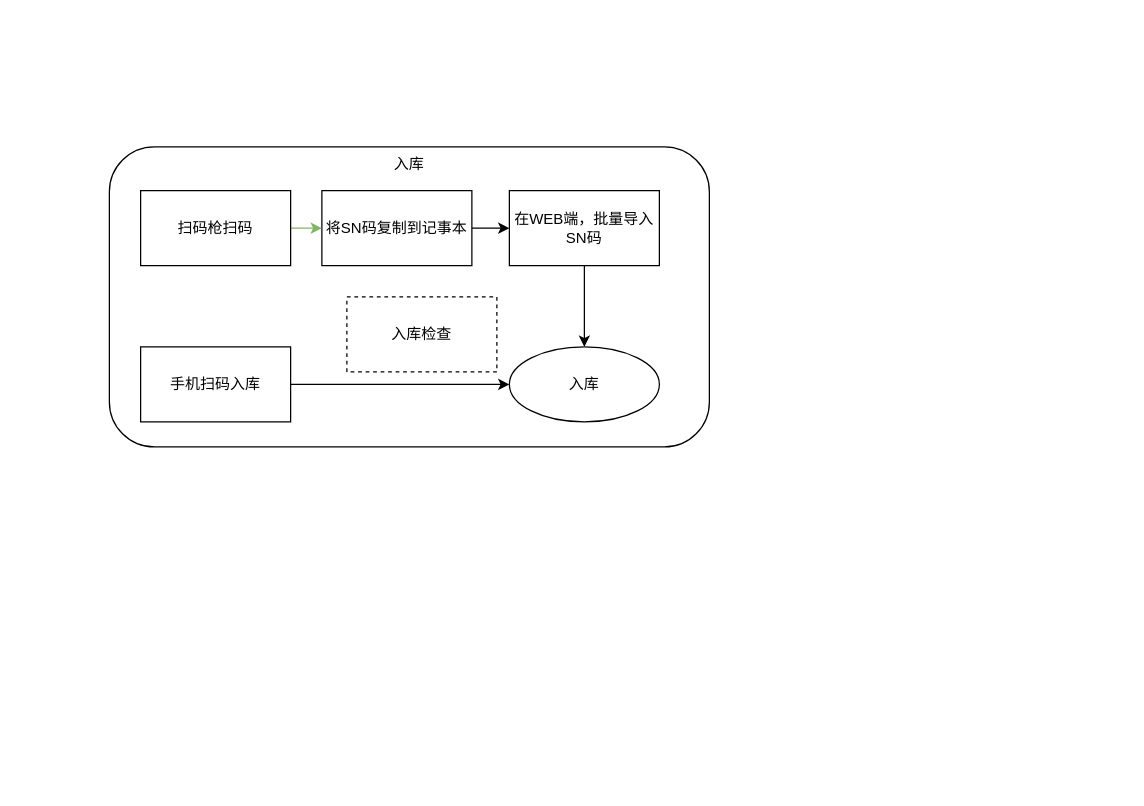
Before: b1.drawio in jiutianfeiwu/tmp, a draw.io diagram. Source tidied: cells renumbered, new cells numbered last; positions are measured from the earlier drawing's top-left corner, leaving out a move shared by most shapes. Both pictures are drawn from the tidied source at 125%, with x=0, y=0 at pixel (109, 146).
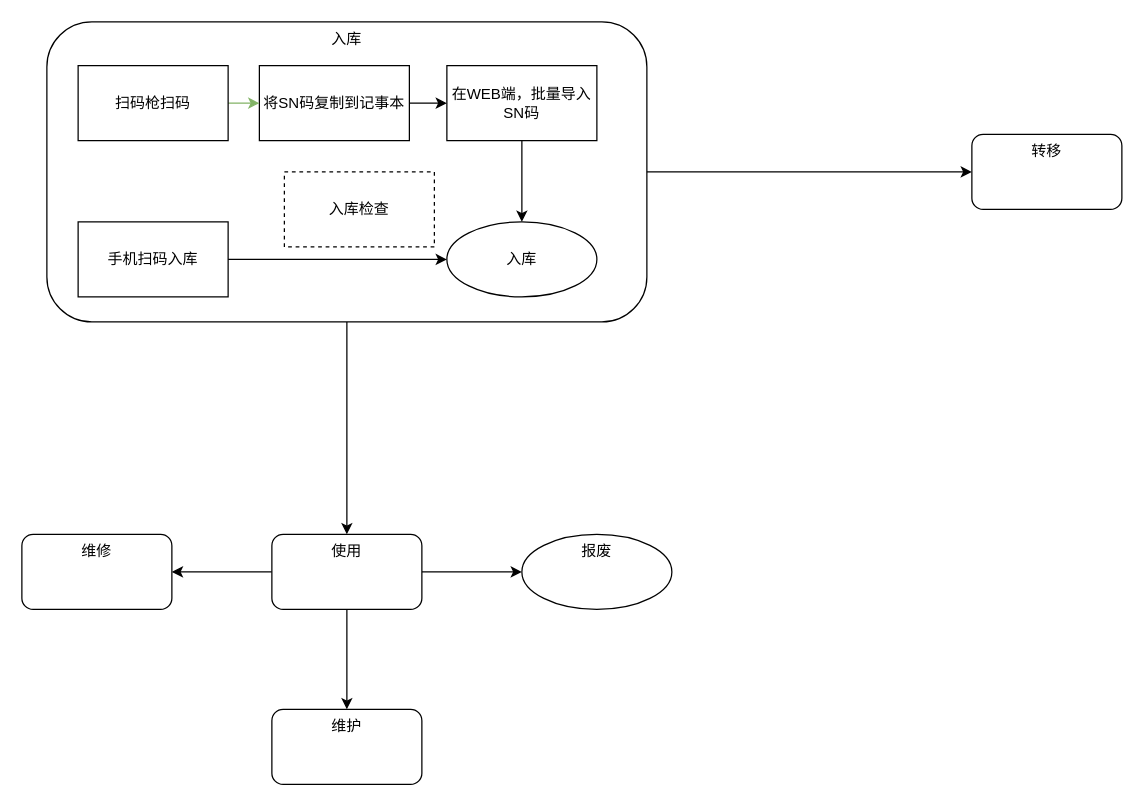
After the change.

The edit, as a diff of the source:
```diff
@@
+    <mxCell id="13" style="group;" parent="1" vertex="1">
+      <mxGeometry x="-50" y="-100" width="480" height="240" as="geometry" />
+    </mxCell>
-    <mxCell id="2" value="入库" style="rounded=1;whiteSpace=wrap;html=1;verticalAlign=top;" parent="1" vertex="1">
+    <mxCell id="2" value="入库" style="rounded=1;whiteSpace=wrap;html=1;verticalAlign=top;" parent="13" vertex="1">
       <mxGeometry width="480" height="240" as="geometry" />
     </mxCell>
-    <mxCell id="3" style="edgeStyle=orthogonalEdgeStyle;rounded=0;jettySize=auto;html=1;" parent="1" edge="1" source="4" target="8">
-      <mxGeometry relative="1" as="geometry" />
-    </mxCell>
-    <mxCell id="4" value="将SN码复制到记事本" style="whiteSpace=wrap;html=1;rounded=0;" parent="1" vertex="1">
+    <mxCell id="4" value="将SN码复制到记事本" style="whiteSpace=wrap;html=1;rounded=0;" parent="13" vertex="1">
       <mxGeometry x="170" y="35" width="120" height="60" as="geometry" />
     </mxCell>
-    <mxCell id="5" style="edgeStyle=orthogonalEdgeStyle;rounded=0;jettySize=auto;html=1;fillColor=#d5e8d4;strokeColor=#82b366;" parent="1" edge="1" source="6" target="4">
+    <mxCell id="5" style="edgeStyle=orthogonalEdgeStyle;rounded=0;jettySize=auto;html=1;fillColor=#d5e8d4;strokeColor=#82b366;" parent="13" edge="1" source="6" target="4">
       <mxGeometry relative="1" as="geometry" />
     </mxCell>
-    <mxCell id="6" value="扫码枪扫码" style="whiteSpace=wrap;html=1;rounded=0;" parent="1" vertex="1">
+    <mxCell id="6" value="扫码枪扫码" style="whiteSpace=wrap;html=1;rounded=0;" parent="13" vertex="1">
       <mxGeometry x="25" y="35" width="120" height="60" as="geometry" />
     </mxCell>
+    <mxCell id="8" value="在WEB端，批量导入SN码" style="whiteSpace=wrap;html=1;rounded=0;" parent="13" vertex="1">
+      <mxGeometry x="320" y="35" width="120" height="60" as="geometry" />
+    </mxCell>
+    <mxCell id="3" style="edgeStyle=orthogonalEdgeStyle;rounded=0;jettySize=auto;html=1;" parent="13" edge="1" source="4" target="8">
+      <mxGeometry relative="1" as="geometry" />
+    </mxCell>
+    <mxCell id="9" value="入库" style="ellipse;whiteSpace=wrap;html=1;rounded=0;" parent="13" vertex="1">
+      <mxGeometry x="320" y="160" width="120" height="60" as="geometry" />
+    </mxCell>
-    <mxCell id="7" style="edgeStyle=orthogonalEdgeStyle;rounded=0;jettySize=auto;html=1;" parent="1" edge="1" source="8" target="9">
+    <mxCell id="7" style="edgeStyle=orthogonalEdgeStyle;rounded=0;jettySize=auto;html=1;" parent="13" edge="1" source="8" target="9">
       <mxGeometry relative="1" as="geometry" />
     </mxCell>
-    <mxCell id="8" value="在WEB端，批量导入SN码" style="whiteSpace=wrap;html=1;rounded=0;" parent="1" vertex="1">
-      <mxGeometry x="320" y="35" width="120" height="60" as="geometry" />
-    </mxCell>
-    <mxCell id="9" value="入库" style="ellipse;whiteSpace=wrap;html=1;rounded=0;" parent="1" vertex="1">
-      <mxGeometry x="320" y="160" width="120" height="60" as="geometry" />
-    </mxCell>
-    <mxCell id="10" value="手机扫码入库" style="whiteSpace=wrap;html=1;rounded=0;" parent="1" vertex="1">
+    <mxCell id="10" value="手机扫码入库" style="whiteSpace=wrap;html=1;rounded=0;" parent="13" vertex="1">
       <mxGeometry x="25" y="160" width="120" height="60" as="geometry" />
     </mxCell>
-    <mxCell id="11" style="endArrow=classic;html=1;rounded=0;exitX=1;exitY=0.5;exitDx=0;exitDy=0;entryX=0;entryY=0.5;entryDx=0;entryDy=0;" parent="1" edge="1" source="10" target="9">
+    <mxCell id="11" style="endArrow=classic;html=1;rounded=0;exitX=1;exitY=0.5;exitDx=0;exitDy=0;entryX=0;entryY=0.5;entryDx=0;entryDy=0;" parent="13" edge="1" source="10" target="9">
       <mxGeometry relative="1" as="geometry" />
     </mxCell>
-    <mxCell id="12" value="入库检查" style="rounded=0;whiteSpace=wrap;html=1;dashed=1;" parent="1" vertex="1">
+    <mxCell id="12" value="入库检查" style="rounded=0;whiteSpace=wrap;html=1;dashed=1;" parent="13" vertex="1">
       <mxGeometry x="190" y="120" width="120" height="60" as="geometry" />
     </mxCell>
+    <mxCell id="14" value="转移" style="whiteSpace=wrap;html=1;verticalAlign=top;rounded=1;" parent="1" vertex="1">
+      <mxGeometry x="690" y="-10" width="120" height="60" as="geometry" />
+    </mxCell>
+    <mxCell id="15" style="edgeStyle=orthogonalEdgeStyle;rounded=0;jettySize=auto;html=1;" parent="1" edge="1" source="2" target="14">
+      <mxGeometry relative="1" as="geometry" />
+    </mxCell>
+    <mxCell id="16" style="edgeStyle=orthogonalEdgeStyle;rounded=0;jettySize=auto;html=1;" parent="1" edge="1" source="19" target="21">
+      <mxGeometry relative="1" as="geometry" />
+    </mxCell>
+    <mxCell id="17" style="edgeStyle=orthogonalEdgeStyle;rounded=0;jettySize=auto;html=1;" parent="1" edge="1" source="19" target="22">
+      <mxGeometry relative="1" as="geometry" />
+    </mxCell>
+    <mxCell id="18" style="edgeStyle=orthogonalEdgeStyle;rounded=0;jettySize=auto;html=1;" parent="1" edge="1" source="19" target="23">
+      <mxGeometry relative="1" as="geometry" />
+    </mxCell>
+    <mxCell id="19" value="使用" style="whiteSpace=wrap;html=1;verticalAlign=top;rounded=1;" parent="1" vertex="1">
+      <mxGeometry x="130" y="310" width="120" height="60" as="geometry" />
+    </mxCell>
+    <mxCell id="20" style="edgeStyle=orthogonalEdgeStyle;rounded=0;jettySize=auto;html=1;" parent="1" edge="1" source="2" target="19">
+      <mxGeometry relative="1" as="geometry" />
+    </mxCell>
+    <mxCell id="21" value="报废" style="ellipse;whiteSpace=wrap;html=1;verticalAlign=top;rounded=1;" parent="1" vertex="1">
+      <mxGeometry x="330" y="310" width="120" height="60" as="geometry" />
+    </mxCell>
+    <mxCell id="22" value="维护" style="whiteSpace=wrap;html=1;verticalAlign=top;rounded=1;" parent="1" vertex="1">
+      <mxGeometry x="130" y="450" width="120" height="60" as="geometry" />
+    </mxCell>
+    <mxCell id="23" value="维修" style="whiteSpace=wrap;html=1;verticalAlign=top;rounded=1;" parent="1" vertex="1">
+      <mxGeometry x="-70" y="310" width="120" height="60" as="geometry" />
+    </mxCell>
```
